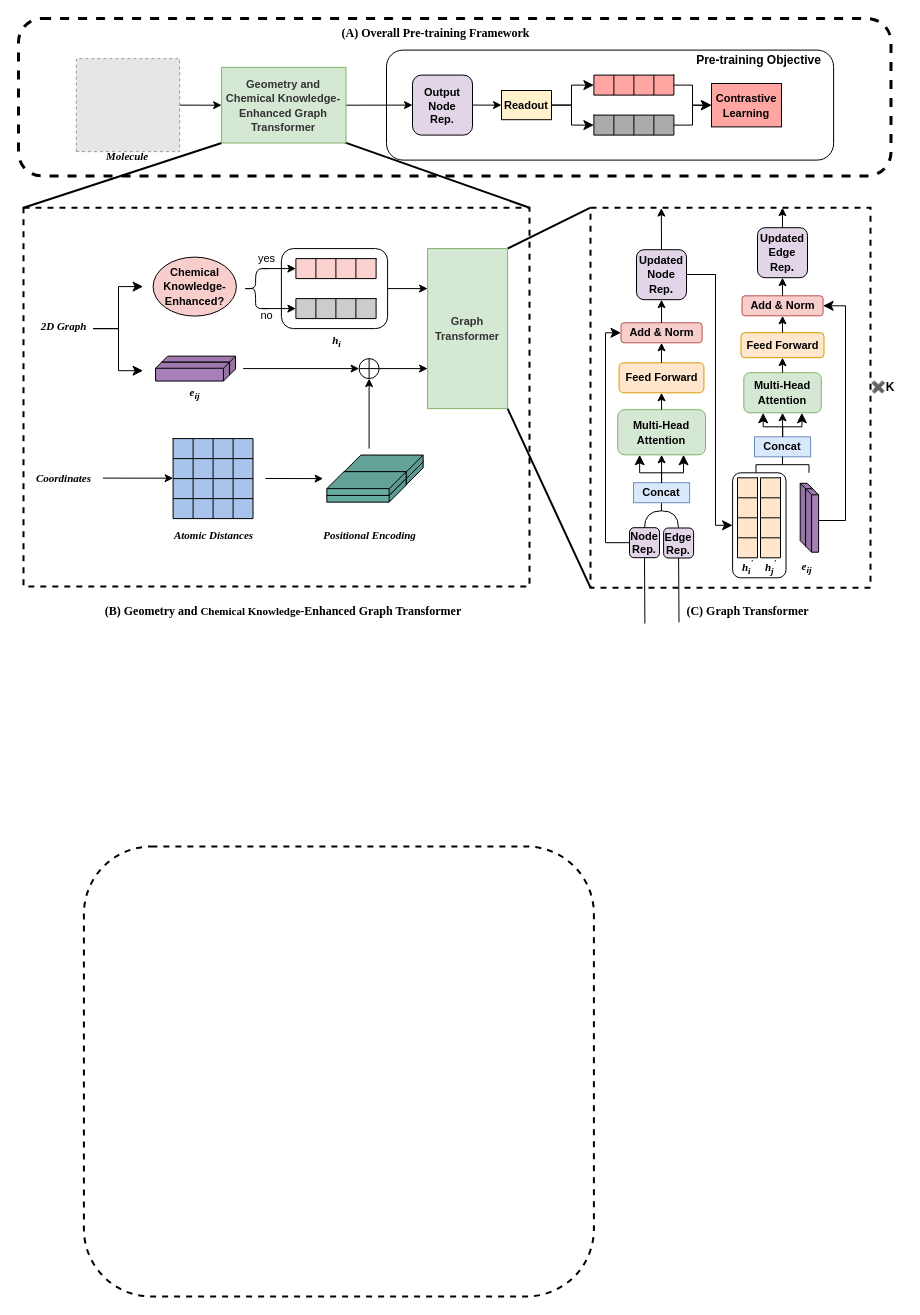
The draw.io diagram draw.io/MolPGT-framework250105.drawio in tetean/image-host, before the edit. Source tidied: cells renumbered, new cells numbered last; positions are measured from the earlier drawing's top-left corner, leaving out a move shared by most shapes. Both pictures are drawn from the tidied source at 100%, with x=0, y=0 at pixel (18, 18). Pictures stored in the file or linked from it are replaced by grey dashed boxes.
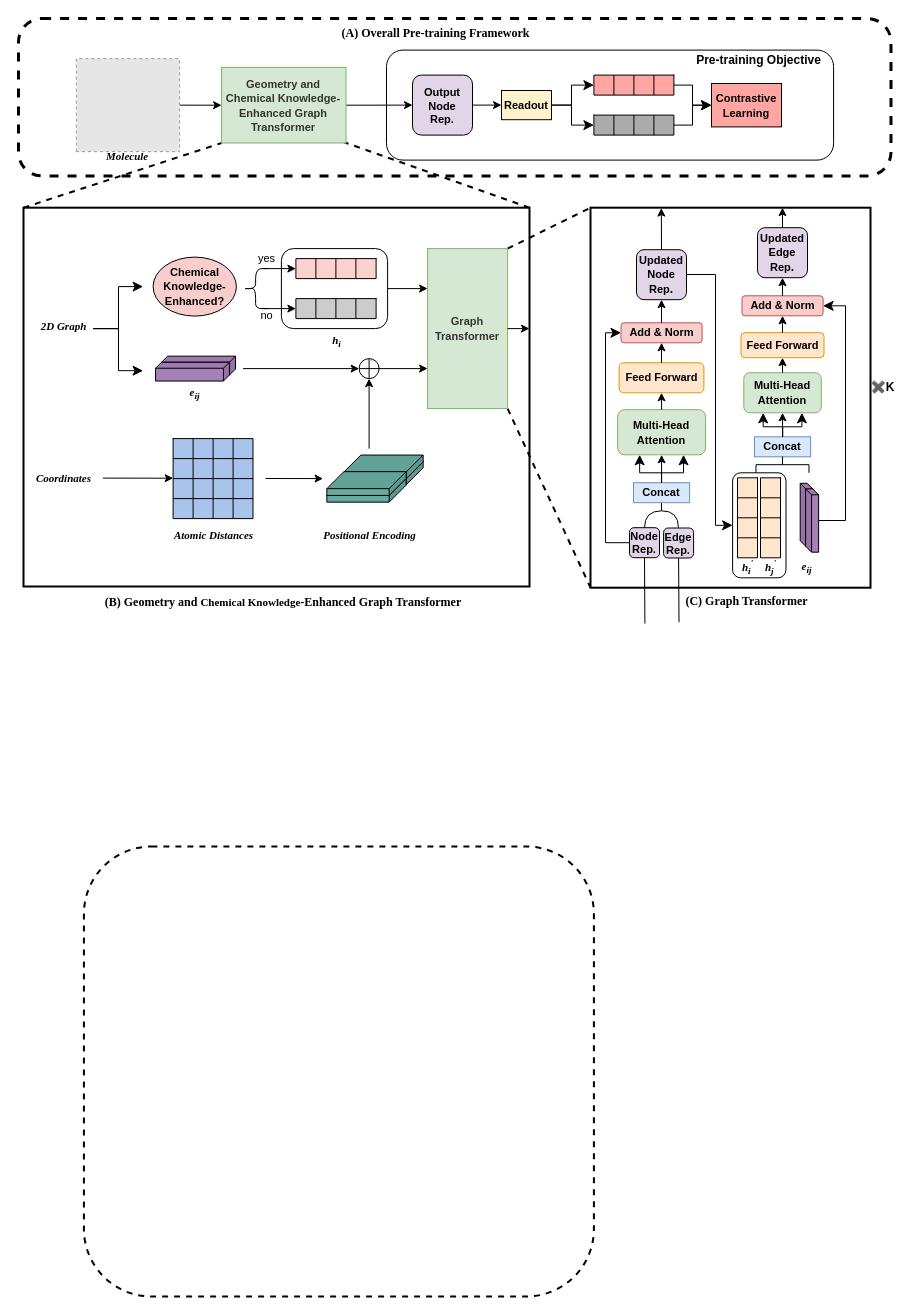
The same diagram, later.

The change refers to these unchanged cells:
```xml
<mxCell id="159" value="&lt;span style=&quot;color: rgb(51, 51, 51); font-size: 11px; font-weight: 700;&quot;&gt;Geometry and Chemical Knowledge-Enhanced Graph Transformer&lt;/span&gt;" style="rounded=0;whiteSpace=wrap;html=1;fillColor=#d5e8d4;strokeColor=#82b366;" parent="1" vertex="1">
  <mxGeometry x="203.1" y="48.9" width="124.4" height="75.6" as="geometry" />
</mxCell>
<mxCell id="160" value="&lt;span style=&quot;color: rgb(51, 51, 51); font-size: 11px; font-weight: 700;&quot;&gt;Graph Transformer&lt;/span&gt;" style="rounded=0;whiteSpace=wrap;html=1;fillColor=#d5e8d4;strokeColor=#82b366;" parent="1" vertex="1">
  <mxGeometry x="409.1" y="230.1" width="80" height="160" as="geometry" />
</mxCell>
```

Change to the diagram source:
```diff
@@
-    <mxCell id="3" style="rounded=0;whiteSpace=wrap;html=1;strokeWidth=2;dashed=1;" parent="1" vertex="1">
+    <mxCell id="3" style="rounded=0;whiteSpace=wrap;html=1;strokeWidth=2;" parent="1" vertex="1">
       <mxGeometry x="572" y="189.2" width="280" height="380" as="geometry" />
     </mxCell>
@@
     <mxCell id="90" value="&lt;b&gt;&lt;font face=&quot;Times New Roman&quot;&gt;(C) Graph Transformer&lt;/font&gt;&lt;/b&gt;" style="text;html=1;align=center;verticalAlign=middle;whiteSpace=wrap;rounded=0;" parent="1" vertex="1">
-      <mxGeometry x="661.5" y="578" width="135" height="30" as="geometry" />
+      <mxGeometry x="660.5" y="568" width="135" height="30" as="geometry" />
     </mxCell>
-    <mxCell id="91" style="rounded=0;whiteSpace=wrap;html=1;strokeWidth=2;dashed=1;" parent="1" vertex="1">
+    <mxCell id="91" style="rounded=0;whiteSpace=wrap;html=1;strokeWidth=2;" parent="1" vertex="1">
       <mxGeometry x="5" y="189.2" width="506" height="378.8" as="geometry" />
     </mxCell>
     <mxCell id="92" value="&lt;b&gt;&lt;font face=&quot;Times New Roman&quot; style=&quot;color: rgb(0, 0, 0);&quot;&gt;(B) Geometry and&amp;nbsp;&lt;span style=&quot;font-size: 11px;&quot;&gt;Chemical Knowledge&lt;/span&gt;-Enhanced Graph Transformer&lt;/font&gt;&lt;/b&gt;" style="text;html=1;align=center;verticalAlign=middle;whiteSpace=wrap;rounded=0;" parent="1" vertex="1">
-      <mxGeometry x="59.2" y="578" width="412.1" height="30" as="geometry" />
+      <mxGeometry x="59.2" y="569.2" width="412.1" height="30" as="geometry" />
     </mxCell>
@@
-    <mxCell id="155" style="endArrow=none;html=1;rounded=0;exitX=0;exitY=0;exitDx=0;exitDy=0;entryX=0;entryY=1;entryDx=0;entryDy=0;strokeWidth=2;" parent="1" edge="1" source="91" target="159">
+    <mxCell id="155" style="endArrow=none;html=1;rounded=0;exitX=0;exitY=0;exitDx=0;exitDy=0;entryX=0;entryY=1;entryDx=0;entryDy=0;strokeWidth=2;dashed=1;" parent="1" edge="1" source="91" target="159">
       <mxGeometry relative="1" as="geometry" />
     </mxCell>
-    <mxCell id="156" style="endArrow=none;html=1;rounded=0;entryX=0.961;entryY=0.975;entryDx=0;entryDy=0;exitX=1;exitY=0;exitDx=0;exitDy=0;entryPerimeter=0;strokeWidth=2;" parent="1" edge="1" source="91" target="159">
+    <mxCell id="156" style="endArrow=none;html=1;rounded=0;entryX=0.961;entryY=0.975;entryDx=0;entryDy=0;exitX=1;exitY=0;exitDx=0;exitDy=0;entryPerimeter=0;strokeWidth=2;dashed=1;" parent="1" edge="1" source="91" target="159">
       <mxGeometry relative="1" as="geometry" />
     </mxCell>
-    <mxCell id="157" style="endArrow=none;html=1;rounded=0;exitX=1;exitY=0;exitDx=0;exitDy=0;entryX=0;entryY=0;entryDx=0;entryDy=0;strokeWidth=2;" parent="1" edge="1" source="160" target="3">
+    <mxCell id="157" style="endArrow=none;html=1;rounded=0;exitX=1;exitY=0;exitDx=0;exitDy=0;entryX=0;entryY=0;entryDx=0;entryDy=0;strokeWidth=2;dashed=1;" parent="1" edge="1" source="160" target="3">
       <mxGeometry relative="1" as="geometry" />
     </mxCell>
-    <mxCell id="158" style="endArrow=none;html=1;rounded=0;exitX=1;exitY=1;exitDx=0;exitDy=0;entryX=0;entryY=1;entryDx=0;entryDy=0;strokeWidth=2;" parent="1" edge="1" source="160" target="3">
+    <mxCell id="158" style="endArrow=none;html=1;rounded=0;exitX=1;exitY=1;exitDx=0;exitDy=0;entryX=0;entryY=1;entryDx=0;entryDy=0;strokeWidth=2;dashed=1;" parent="1" edge="1" source="160" target="3">
       <mxGeometry relative="1" as="geometry" />
     </mxCell>
@@
+    <mxCell id="161" style="edgeStyle=orthogonalEdgeStyle;rounded=1;orthogonalLoop=1;jettySize=auto;html=1;exitX=0.5;exitY=1;exitDx=0;exitDy=0;" parent="1" edge="1">
+      <mxGeometry relative="1" as="geometry">
+        <mxPoint x="489.1" y="310.1" as="sourcePoint" />
+        <mxPoint x="511" y="310" as="targetPoint" />
+      </mxGeometry>
+    </mxCell>
```
